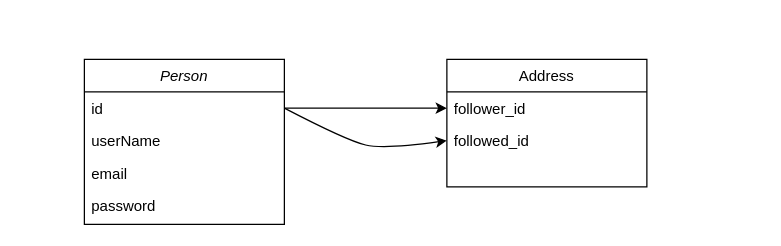
Before: followers.drawio in CodeShibaGo/m3-week-07-a2623212, a draw.io diagram. Source tidied: cells renumbered, new cells numbered last; positions are measured from the earlier drawing's top-left corner, leaving out a move shared by most shapes. Both pictures are drawn from the tidied source at 125%, with x=0, y=0 at pixel (84, 59).
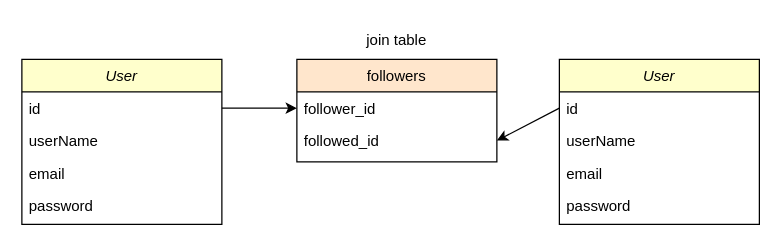
Above is the later version.

Commit message:
feat: 實作追蹤功能，資料庫設計 #140

The edit, as a diff of the source:
```diff
@@
 <mxGraphModel>
   <root>
     <mxCell id="0" />
     <mxCell id="1" parent="0" />
-    <mxCell id="2" value="Person" style="swimlane;fontStyle=2;align=center;verticalAlign=top;horizontal=1;startSize=26;rounded=0;shadow=0;strokeWidth=1;" parent="1" vertex="1">
-      <mxGeometry width="160" height="132" as="geometry" />
+    <mxCell id="2" value="User" style="swimlane;fontStyle=2;align=center;verticalAlign=top;horizontal=1;startSize=26;rounded=0;shadow=0;strokeWidth=1;fillColor=#FFFFCC;" parent="1" vertex="1">
+      <mxGeometry x="-50" width="160" height="132" as="geometry" />
     </mxCell>
     <mxCell id="3" value="id " style="text;align=left;verticalAlign=top;spacingLeft=4;spacingRight=4;overflow=hidden;points=[[0,0.5],[1,0.5]];portConstraint=eastwest;" parent="2" vertex="1">
       <mxGeometry y="26" width="160" height="26" as="geometry" />
     </mxCell>
     <mxCell id="4" value="userName" style="text;align=left;verticalAlign=top;spacingLeft=4;spacingRight=4;overflow=hidden;rounded=0;shadow=0;html=0;" parent="2" vertex="1">
       <mxGeometry y="52" width="160" height="26" as="geometry" />
     </mxCell>
     <mxCell id="5" value="email" style="text;align=left;verticalAlign=top;spacingLeft=4;spacingRight=4;overflow=hidden;rounded=0;shadow=0;html=0;" parent="2" vertex="1">
       <mxGeometry y="78" width="160" height="26" as="geometry" />
     </mxCell>
     <mxCell id="6" value="password " style="text;align=left;verticalAlign=top;spacingLeft=4;spacingRight=4;overflow=hidden;rounded=0;shadow=0;html=0;" parent="2" vertex="1">
       <mxGeometry y="104" width="160" height="26" as="geometry" />
     </mxCell>
-    <mxCell id="7" value="Address" style="swimlane;fontStyle=0;align=center;verticalAlign=top;horizontal=1;startSize=26;rounded=0;shadow=0;strokeWidth=1;" parent="1" vertex="1">
-      <mxGeometry x="290" width="160" height="102" as="geometry" />
+    <mxCell id="7" value="followers" style="swimlane;fontStyle=0;align=center;verticalAlign=top;horizontal=1;startSize=26;rounded=0;shadow=0;strokeWidth=1;fillColor=#FFE6CC;" parent="1" vertex="1">
+      <mxGeometry x="170" width="160" height="82" as="geometry" />
     </mxCell>
     <mxCell id="8" value="follower_id" style="text;align=left;verticalAlign=top;spacingLeft=4;spacingRight=4;overflow=hidden;points=[[0,0.5],[1,0.5]];portConstraint=eastwest;" parent="7" vertex="1">
       <mxGeometry y="26" width="160" height="26" as="geometry" />
     </mxCell>
     <mxCell id="9" value="followed_id" style="text;align=left;verticalAlign=top;spacingLeft=4;spacingRight=4;overflow=hidden;points=[[0,0.5],[1,0.5]];portConstraint=eastwest;rounded=0;shadow=0;html=0;" parent="7" vertex="1">
       <mxGeometry y="52" width="160" height="26" as="geometry" />
     </mxCell>
     <mxCell id="10" style="endArrow=classic;html=1;rounded=0;entryX=0;entryY=0.5;entryDx=0;entryDy=0;exitX=1;exitY=0.5;exitDx=0;exitDy=0;" parent="1" edge="1" source="3" target="8">
       <mxGeometry relative="1" as="geometry" />
     </mxCell>
-    <mxCell id="11" style="curved=1;endArrow=classic;html=1;rounded=0;exitX=1;exitY=0.5;exitDx=0;exitDy=0;entryX=0;entryY=0.5;entryDx=0;entryDy=0;" parent="1" edge="1" source="3" target="9">
-      <mxGeometry relative="1" as="geometry">
-        <Array as="points">
-          <mxPoint x="210" y="65" />
-          <mxPoint x="240" y="72" />
-        </Array>
-      </mxGeometry>
-    </mxCell>
+    <mxCell id="12" value="User" style="swimlane;fontStyle=2;align=center;verticalAlign=top;horizontal=1;startSize=26;rounded=0;shadow=0;strokeWidth=1;fillColor=#FFFFCC;" parent="1" vertex="1">
+      <mxGeometry x="380" width="160" height="132" as="geometry" />
+    </mxCell>
+    <mxCell id="13" value="id " style="text;align=left;verticalAlign=top;spacingLeft=4;spacingRight=4;overflow=hidden;points=[[0,0.5],[1,0.5]];portConstraint=eastwest;" parent="12" vertex="1">
+      <mxGeometry y="26" width="160" height="26" as="geometry" />
+    </mxCell>
+    <mxCell id="14" value="userName" style="text;align=left;verticalAlign=top;spacingLeft=4;spacingRight=4;overflow=hidden;rounded=0;shadow=0;html=0;" parent="12" vertex="1">
+      <mxGeometry y="52" width="160" height="26" as="geometry" />
+    </mxCell>
+    <mxCell id="15" value="email" style="text;align=left;verticalAlign=top;spacingLeft=4;spacingRight=4;overflow=hidden;rounded=0;shadow=0;html=0;" parent="12" vertex="1">
+      <mxGeometry y="78" width="160" height="26" as="geometry" />
+    </mxCell>
+    <mxCell id="16" value="password " style="text;align=left;verticalAlign=top;spacingLeft=4;spacingRight=4;overflow=hidden;rounded=0;shadow=0;html=0;" parent="12" vertex="1">
+      <mxGeometry y="104" width="160" height="26" as="geometry" />
+    </mxCell>
+    <mxCell id="17" style="endArrow=classic;html=1;rounded=0;entryX=1;entryY=0.5;entryDx=0;entryDy=0;exitX=0;exitY=0.5;exitDx=0;exitDy=0;" parent="1" edge="1" source="13" target="9">
+      <mxGeometry relative="1" as="geometry" />
+    </mxCell>
+    <mxCell id="18" value="join table" style="text;html=1;align=center;verticalAlign=middle;whiteSpace=wrap;rounded=0;" parent="1" vertex="1">
+      <mxGeometry x="220" y="-30" width="60" height="30" as="geometry" />
+    </mxCell>
   </root>
 </mxGraphModel>
```
